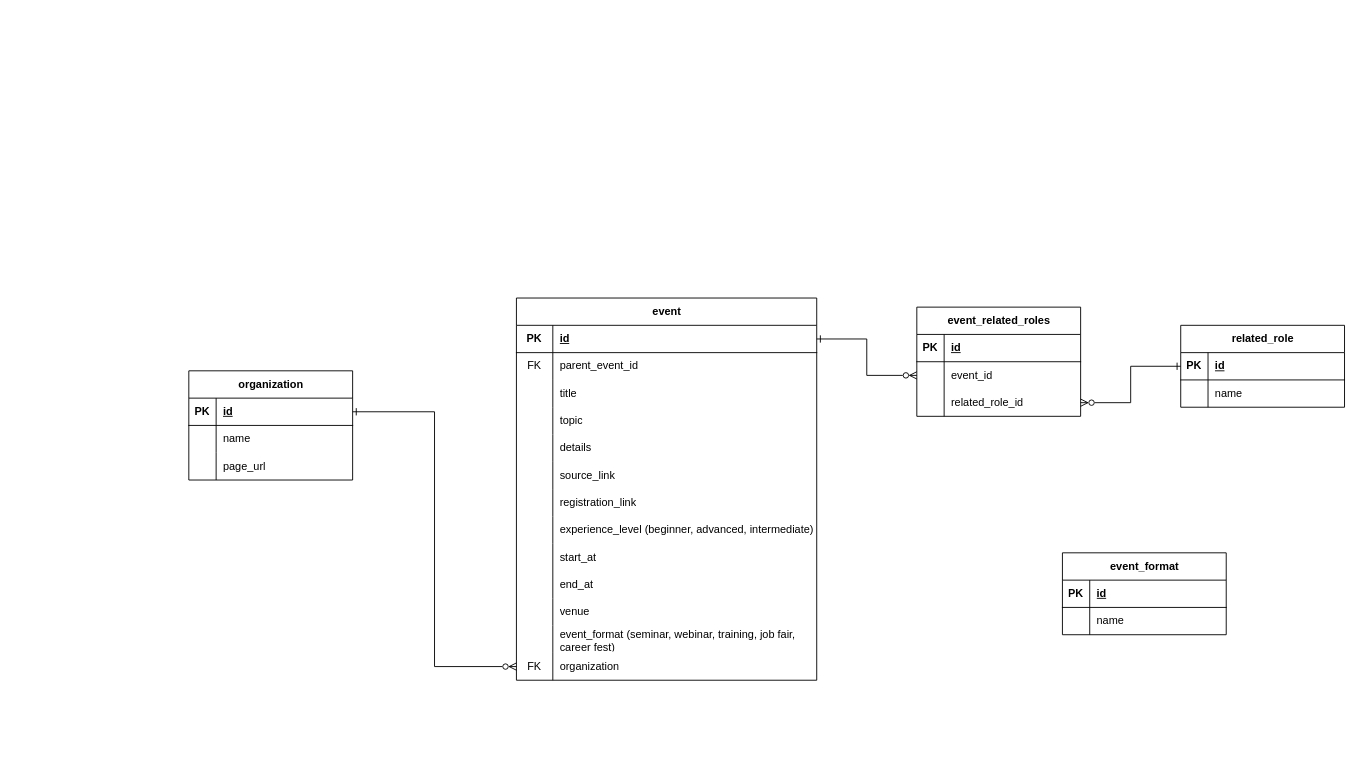
The draw.io diagram 2Gether.drawio in RHILIUS/drawio, before the edit. Source tidied: cells renumbered, new cells numbered last; positions are measured from the earlier drawing's top-left corner, leaving out a move shared by most shapes. Both pictures are drawn from the tidied source at 91%, with x=0, y=0 at pixel (188, 298).
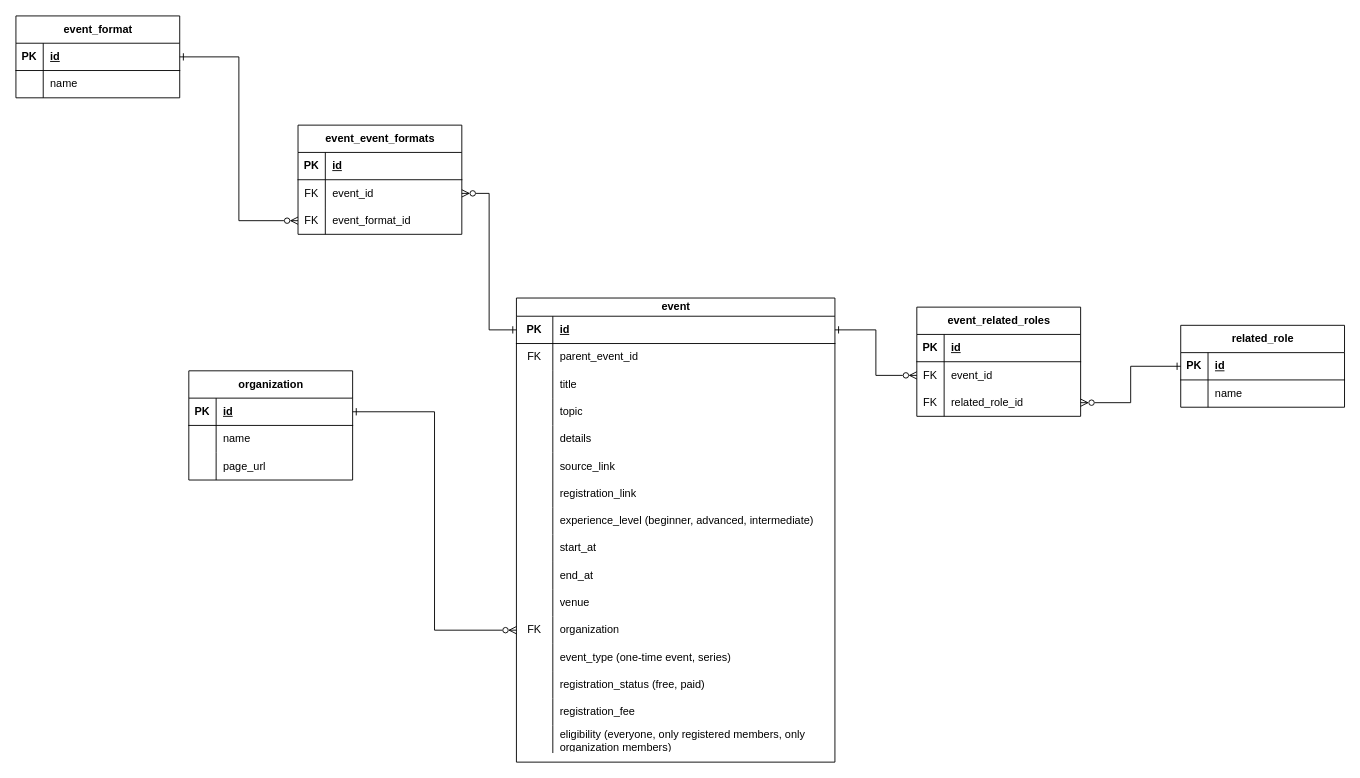
The same diagram, later.

Commit message:
Finalized 2gether ERD

The change refers to these unchanged cells:
```xml
<mxCell id="60" style="shape=tableRow;horizontal=0;startSize=0;swimlaneHead=0;swimlaneBody=0;fillColor=none;points=[[0,0.5],[1,0.5]];portConstraint=eastwest;top=0;left=0;right=0;bottom=1;" parent="59" vertex="1">
  <mxGeometry y="30" width="180" height="30" as="geometry" />
</mxCell>
<mxCell id="70" style="shape=tableRow;horizontal=0;startSize=0;swimlaneHead=0;swimlaneBody=0;fillColor=none;points=[[0,0.5],[1,0.5]];portConstraint=eastwest;top=0;left=0;right=0;bottom=0;" parent="66" vertex="1">
  <mxGeometry y="60" width="180" height="30" as="geometry" />
</mxCell>
<mxCell id="73" style="shape=tableRow;horizontal=0;startSize=0;swimlaneHead=0;swimlaneBody=0;fillColor=none;points=[[0,0.5],[1,0.5]];portConstraint=eastwest;top=0;left=0;right=0;bottom=0;" parent="66" vertex="1">
  <mxGeometry y="90" width="180" height="30" as="geometry" />
</mxCell>
```

Diff of the diagram source:
```diff
@@
-    <mxCell id="2" value="event" style="shape=table;startSize=30;childLayout=tableLayout;rowLines=0;fontStyle=1;align=center;html=1;" parent="1" vertex="1">
-      <mxGeometry x="360" width="330" height="420" as="geometry" />
+    <mxCell id="2" value="event" style="shape=table;startSize=20;childLayout=tableLayout;rowLines=0;fontStyle=1;align=center;html=1;" parent="1" vertex="1">
+      <mxGeometry x="360" width="350" height="510" as="geometry" />
     </mxCell>
     <mxCell id="3" style="shape=tableRow;horizontal=0;startSize=0;swimlaneHead=0;swimlaneBody=0;fillColor=none;points=[[0,0.5],[1,0.5]];portConstraint=eastwest;top=0;left=0;right=0;bottom=1;" parent="2" vertex="1">
-      <mxGeometry y="30" width="330" height="30" as="geometry" />
+      <mxGeometry y="20" width="350" height="30" as="geometry" />
     </mxCell>
@@
     <mxCell id="5" value="id" style="shape=partialRectangle;fillColor=none;top=0;left=0;bottom=0;right=0;align=left;spacingLeft=6;fontStyle=5;overflow=hidden;whiteSpace=wrap;html=1;" parent="3" vertex="1">
-      <mxGeometry x="40" width="290" height="30" as="geometry" />
+      <mxGeometry x="40" width="310" height="30" as="geometry" />
     </mxCell>
     <mxCell id="6" style="shape=tableRow;horizontal=0;startSize=0;swimlaneHead=0;swimlaneBody=0;fillColor=none;top=0;left=0;right=0;bottom=0;" parent="2" vertex="1">
-      <mxGeometry y="60" width="330" height="30" as="geometry" />
+      <mxGeometry y="50" width="350" height="30" as="geometry" />
     </mxCell>
@@
     <mxCell id="8" value="parent_event_id" style="shape=partialRectangle;fillColor=none;top=0;left=0;bottom=0;right=0;align=left;spacingLeft=6;overflow=hidden;whiteSpace=wrap;html=1;" parent="6" vertex="1">
-      <mxGeometry x="40" width="290" height="30" as="geometry" />
+      <mxGeometry x="40" width="310" height="30" as="geometry" />
     </mxCell>
     <mxCell id="9" style="shape=tableRow;horizontal=0;startSize=0;swimlaneHead=0;swimlaneBody=0;fillColor=none;top=0;left=0;right=0;bottom=0;" parent="2" vertex="1">
-      <mxGeometry y="90" width="330" height="30" as="geometry" />
+      <mxGeometry y="80" width="350" height="30" as="geometry" />
     </mxCell>
@@
     <mxCell id="11" value="title" style="shape=partialRectangle;fillColor=none;top=0;left=0;bottom=0;right=0;align=left;spacingLeft=6;overflow=hidden;whiteSpace=wrap;html=1;" parent="9" vertex="1">
-      <mxGeometry x="40" width="290" height="30" as="geometry" />
+      <mxGeometry x="40" width="310" height="30" as="geometry" />
     </mxCell>
     <mxCell id="12" style="shape=tableRow;horizontal=0;startSize=0;swimlaneHead=0;swimlaneBody=0;fillColor=none;top=0;left=0;right=0;bottom=0;" parent="2" vertex="1">
-      <mxGeometry y="120" width="330" height="30" as="geometry" />
+      <mxGeometry y="110" width="350" height="30" as="geometry" />
     </mxCell>
@@
     <mxCell id="14" value="topic" style="shape=partialRectangle;fillColor=none;top=0;left=0;bottom=0;right=0;align=left;spacingLeft=6;overflow=hidden;whiteSpace=wrap;html=1;" parent="12" vertex="1">
-      <mxGeometry x="40" width="290" height="30" as="geometry" />
+      <mxGeometry x="40" width="310" height="30" as="geometry" />
     </mxCell>
     <mxCell id="15" style="shape=tableRow;horizontal=0;startSize=0;swimlaneHead=0;swimlaneBody=0;fillColor=none;top=0;left=0;right=0;bottom=0;" parent="2" vertex="1">
-      <mxGeometry y="150" width="330" height="30" as="geometry" />
+      <mxGeometry y="140" width="350" height="30" as="geometry" />
     </mxCell>
@@
     <mxCell id="17" value="details" style="shape=partialRectangle;fillColor=none;top=0;left=0;bottom=0;right=0;align=left;spacingLeft=6;overflow=hidden;whiteSpace=wrap;html=1;" parent="15" vertex="1">
-      <mxGeometry x="40" width="290" height="30" as="geometry" />
+      <mxGeometry x="40" width="310" height="30" as="geometry" />
     </mxCell>
     <mxCell id="18" style="shape=tableRow;horizontal=0;startSize=0;swimlaneHead=0;swimlaneBody=0;fillColor=none;top=0;left=0;right=0;bottom=0;" parent="2" vertex="1">
-      <mxGeometry y="180" width="330" height="30" as="geometry" />
+      <mxGeometry y="170" width="350" height="30" as="geometry" />
     </mxCell>
@@
     <mxCell id="20" value="source_link" style="shape=partialRectangle;fillColor=none;top=0;left=0;bottom=0;right=0;align=left;spacingLeft=6;overflow=hidden;whiteSpace=wrap;html=1;" parent="18" vertex="1">
-      <mxGeometry x="40" width="290" height="30" as="geometry" />
+      <mxGeometry x="40" width="310" height="30" as="geometry" />
     </mxCell>
     <mxCell id="21" style="shape=tableRow;horizontal=0;startSize=0;swimlaneHead=0;swimlaneBody=0;fillColor=none;top=0;left=0;right=0;bottom=0;" parent="2" vertex="1">
-      <mxGeometry y="210" width="330" height="30" as="geometry" />
+      <mxGeometry y="200" width="350" height="30" as="geometry" />
     </mxCell>
@@
     <mxCell id="23" value="registration_link" style="shape=partialRectangle;fillColor=none;top=0;left=0;bottom=0;right=0;align=left;spacingLeft=6;overflow=hidden;whiteSpace=wrap;html=1;" parent="21" vertex="1">
-      <mxGeometry x="40" width="290" height="30" as="geometry" />
+      <mxGeometry x="40" width="310" height="30" as="geometry" />
     </mxCell>
     <mxCell id="24" style="shape=tableRow;horizontal=0;startSize=0;swimlaneHead=0;swimlaneBody=0;fillColor=none;top=0;left=0;right=0;bottom=0;" parent="2" vertex="1">
-      <mxGeometry y="240" width="330" height="30" as="geometry" />
+      <mxGeometry y="230" width="350" height="30" as="geometry" />
     </mxCell>
@@
     <mxCell id="26" value="experience_level (beginner, advanced, intermediate)" style="shape=partialRectangle;fillColor=none;top=0;left=0;bottom=0;right=0;align=left;spacingLeft=6;overflow=hidden;whiteSpace=wrap;html=1;" parent="24" vertex="1">
-      <mxGeometry x="40" width="290" height="30" as="geometry" />
+      <mxGeometry x="40" width="310" height="30" as="geometry" />
     </mxCell>
     <mxCell id="27" style="shape=tableRow;horizontal=0;startSize=0;swimlaneHead=0;swimlaneBody=0;fillColor=none;top=0;left=0;right=0;bottom=0;" parent="2" vertex="1">
-      <mxGeometry y="270" width="330" height="30" as="geometry" />
+      <mxGeometry y="260" width="350" height="30" as="geometry" />
     </mxCell>
@@
     <mxCell id="29" value="start_at" style="shape=partialRectangle;fillColor=none;top=0;left=0;bottom=0;right=0;align=left;spacingLeft=6;overflow=hidden;whiteSpace=wrap;html=1;" parent="27" vertex="1">
-      <mxGeometry x="40" width="290" height="30" as="geometry" />
+      <mxGeometry x="40" width="310" height="30" as="geometry" />
     </mxCell>
     <mxCell id="30" style="shape=tableRow;horizontal=0;startSize=0;swimlaneHead=0;swimlaneBody=0;fillColor=none;top=0;left=0;right=0;bottom=0;" parent="2" vertex="1">
-      <mxGeometry y="300" width="330" height="30" as="geometry" />
+      <mxGeometry y="290" width="350" height="30" as="geometry" />
     </mxCell>
@@
     <mxCell id="32" value="end_at" style="shape=partialRectangle;fillColor=none;top=0;left=0;bottom=0;right=0;align=left;spacingLeft=6;overflow=hidden;whiteSpace=wrap;html=1;" parent="30" vertex="1">
-      <mxGeometry x="40" width="290" height="30" as="geometry" />
+      <mxGeometry x="40" width="310" height="30" as="geometry" />
     </mxCell>
     <mxCell id="33" style="shape=tableRow;horizontal=0;startSize=0;swimlaneHead=0;swimlaneBody=0;fillColor=none;top=0;left=0;right=0;bottom=0;" parent="2" vertex="1">
-      <mxGeometry y="330" width="330" height="30" as="geometry" />
+      <mxGeometry y="320" width="350" height="30" as="geometry" />
     </mxCell>
@@
     <mxCell id="35" value="venue" style="shape=partialRectangle;fillColor=none;top=0;left=0;bottom=0;right=0;align=left;spacingLeft=6;overflow=hidden;whiteSpace=wrap;html=1;" parent="33" vertex="1">
-      <mxGeometry x="40" width="290" height="30" as="geometry" />
+      <mxGeometry x="40" width="310" height="30" as="geometry" />
     </mxCell>
-    <mxCell id="36" style="shape=tableRow;horizontal=0;startSize=0;swimlaneHead=0;swimlaneBody=0;fillColor=none;top=0;left=0;right=0;bottom=0;" parent="2" vertex="1">
-      <mxGeometry y="360" width="330" height="30" as="geometry" />
-    </mxCell>
-    <mxCell id="37" style="shape=partialRectangle;fillColor=none;top=0;left=0;bottom=0;right=0;overflow=hidden;whiteSpace=wrap;html=1;" parent="36" vertex="1">
-      <mxGeometry width="40" height="30" as="geometry" />
-    </mxCell>
-    <mxCell id="38" value="event_format (seminar, webinar, training, job fair, career fest)" style="shape=partialRectangle;fillColor=none;top=0;left=0;bottom=0;right=0;align=left;spacingLeft=6;overflow=hidden;whiteSpace=wrap;html=1;" parent="36" vertex="1">
-      <mxGeometry x="40" width="290" height="30" as="geometry" />
-    </mxCell>
     <mxCell id="39" style="shape=tableRow;horizontal=0;startSize=0;swimlaneHead=0;swimlaneBody=0;fillColor=none;points=[[0,0.5],[1,0.5]];portConstraint=eastwest;top=0;left=0;right=0;bottom=0;" parent="2" vertex="1">
-      <mxGeometry y="390" width="330" height="30" as="geometry" />
+      <mxGeometry y="350" width="350" height="30" as="geometry" />
     </mxCell>
@@
     <mxCell id="41" value="organization" style="shape=partialRectangle;fillColor=none;top=0;left=0;bottom=0;right=0;align=left;spacingLeft=6;overflow=hidden;whiteSpace=wrap;html=1;" parent="39" vertex="1">
-      <mxGeometry x="40" width="290" height="30" as="geometry" />
+      <mxGeometry x="40" width="310" height="30" as="geometry" />
     </mxCell>
+    <mxCell id="79" style="shape=tableRow;horizontal=0;startSize=0;swimlaneHead=0;swimlaneBody=0;fillColor=none;top=0;left=0;right=0;bottom=0;" parent="2" vertex="1">
+      <mxGeometry y="380" width="350" height="30" as="geometry" />
+    </mxCell>
+    <mxCell id="80" style="shape=partialRectangle;fillColor=none;top=0;left=0;bottom=0;right=0;overflow=hidden;whiteSpace=wrap;html=1;" parent="79" vertex="1">
+      <mxGeometry width="40" height="30" as="geometry" />
+    </mxCell>
+    <mxCell id="81" value="event_type (one-time event, series)" style="shape=partialRectangle;fillColor=none;top=0;left=0;bottom=0;right=0;align=left;spacingLeft=6;overflow=hidden;whiteSpace=wrap;html=1;" parent="79" vertex="1">
+      <mxGeometry x="40" width="310" height="30" as="geometry" />
+    </mxCell>
+    <mxCell id="82" style="shape=tableRow;horizontal=0;startSize=0;swimlaneHead=0;swimlaneBody=0;fillColor=none;top=0;left=0;right=0;bottom=0;" parent="2" vertex="1">
+      <mxGeometry y="410" width="350" height="30" as="geometry" />
+    </mxCell>
+    <mxCell id="83" style="shape=partialRectangle;fillColor=none;top=0;left=0;bottom=0;right=0;overflow=hidden;whiteSpace=wrap;html=1;" parent="82" vertex="1">
+      <mxGeometry width="40" height="30" as="geometry" />
+    </mxCell>
+    <mxCell id="84" value="registration_status (free, paid)" style="shape=partialRectangle;fillColor=none;top=0;left=0;bottom=0;right=0;align=left;spacingLeft=6;overflow=hidden;whiteSpace=wrap;html=1;" parent="82" vertex="1">
+      <mxGeometry x="40" width="310" height="30" as="geometry" />
+    </mxCell>
+    <mxCell id="85" style="shape=tableRow;horizontal=0;startSize=0;swimlaneHead=0;swimlaneBody=0;fillColor=none;top=0;left=0;right=0;bottom=0;" parent="2" vertex="1">
+      <mxGeometry y="440" width="350" height="30" as="geometry" />
+    </mxCell>
+    <mxCell id="86" style="shape=partialRectangle;fillColor=none;top=0;left=0;bottom=0;right=0;overflow=hidden;whiteSpace=wrap;html=1;" parent="85" vertex="1">
+      <mxGeometry width="40" height="30" as="geometry" />
+    </mxCell>
+    <mxCell id="87" value="registration_fee" style="shape=partialRectangle;fillColor=none;top=0;left=0;bottom=0;right=0;align=left;spacingLeft=6;overflow=hidden;whiteSpace=wrap;html=1;" parent="85" vertex="1">
+      <mxGeometry x="40" width="310" height="30" as="geometry" />
+    </mxCell>
+    <mxCell id="88" style="shape=tableRow;horizontal=0;startSize=0;swimlaneHead=0;swimlaneBody=0;fillColor=none;top=0;left=0;right=0;bottom=0;" parent="2" vertex="1">
+      <mxGeometry y="470" width="350" height="30" as="geometry" />
+    </mxCell>
+    <mxCell id="89" style="shape=partialRectangle;fillColor=none;top=0;left=0;bottom=0;right=0;overflow=hidden;whiteSpace=wrap;html=1;" parent="88" vertex="1">
+      <mxGeometry width="40" height="30" as="geometry" />
+    </mxCell>
+    <mxCell id="90" value="eligibility (everyone, only registered members, only organization members)" style="shape=partialRectangle;fillColor=none;top=0;left=0;bottom=0;right=0;align=left;spacingLeft=6;overflow=hidden;whiteSpace=wrap;html=1;" parent="88" vertex="1">
+      <mxGeometry x="40" width="310" height="30" as="geometry" />
+    </mxCell>
@@
     <mxCell id="59" value="event_format" style="shape=table;startSize=30;childLayout=tableLayout;rowLines=0;fontStyle=1;align=center;html=1;" parent="1" vertex="1">
-      <mxGeometry x="960" y="280" width="180" height="90" as="geometry" />
+      <mxGeometry x="-190" y="-310" width="180" height="90" as="geometry" />
     </mxCell>
@@
-    <mxCell id="71" style="shape=partialRectangle;fillColor=none;top=0;left=0;bottom=0;right=0;overflow=hidden;whiteSpace=wrap;html=1;" parent="70" vertex="1">
+    <mxCell id="71" value="FK" style="shape=partialRectangle;fillColor=none;top=0;left=0;bottom=0;right=0;overflow=hidden;whiteSpace=wrap;html=1;" parent="70" vertex="1">
       <mxGeometry width="30" height="30" as="geometry" />
     </mxCell>
@@
-    <mxCell id="74" style="shape=partialRectangle;fillColor=none;top=0;left=0;bottom=0;right=0;overflow=hidden;whiteSpace=wrap;html=1;" parent="73" vertex="1">
+    <mxCell id="74" value="FK" style="shape=partialRectangle;fillColor=none;top=0;left=0;bottom=0;right=0;overflow=hidden;whiteSpace=wrap;html=1;" parent="73" vertex="1">
       <mxGeometry width="30" height="30" as="geometry" />
     </mxCell>
@@
+    <mxCell id="91" value="event_event_formats" style="shape=table;startSize=30;childLayout=tableLayout;rowLines=0;fontStyle=1;align=center;html=1;" parent="1" vertex="1">
+      <mxGeometry x="120" y="-190" width="180" height="120" as="geometry" />
+    </mxCell>
+    <mxCell id="92" style="shape=tableRow;horizontal=0;startSize=0;swimlaneHead=0;swimlaneBody=0;fillColor=none;top=0;left=0;right=0;bottom=1;" parent="91" vertex="1">
+      <mxGeometry y="30" width="180" height="30" as="geometry" />
+    </mxCell>
+    <mxCell id="93" value="PK" style="shape=partialRectangle;fillColor=none;top=0;left=0;bottom=0;right=0;fontStyle=1;overflow=hidden;whiteSpace=wrap;html=1;" parent="92" vertex="1">
+      <mxGeometry width="30" height="30" as="geometry" />
+    </mxCell>
+    <mxCell id="94" value="id" style="shape=partialRectangle;fillColor=none;top=0;left=0;bottom=0;right=0;align=left;spacingLeft=6;fontStyle=5;overflow=hidden;whiteSpace=wrap;html=1;" parent="92" vertex="1">
+      <mxGeometry x="30" width="150" height="30" as="geometry" />
+    </mxCell>
+    <mxCell id="95" style="shape=tableRow;horizontal=0;startSize=0;swimlaneHead=0;swimlaneBody=0;fillColor=none;points=[[0,0.5],[1,0.5]];portConstraint=eastwest;top=0;left=0;right=0;bottom=0;" parent="91" vertex="1">
+      <mxGeometry y="60" width="180" height="30" as="geometry" />
+    </mxCell>
+    <mxCell id="96" value="FK" style="shape=partialRectangle;fillColor=none;top=0;left=0;bottom=0;right=0;overflow=hidden;whiteSpace=wrap;html=1;" parent="95" vertex="1">
+      <mxGeometry width="30" height="30" as="geometry" />
+    </mxCell>
+    <mxCell id="97" value="event_id" style="shape=partialRectangle;fillColor=none;top=0;left=0;bottom=0;right=0;align=left;spacingLeft=6;overflow=hidden;whiteSpace=wrap;html=1;" parent="95" vertex="1">
+      <mxGeometry x="30" width="150" height="30" as="geometry" />
+    </mxCell>
+    <mxCell id="98" style="shape=tableRow;horizontal=0;startSize=0;swimlaneHead=0;swimlaneBody=0;fillColor=none;points=[[0,0.5],[1,0.5]];portConstraint=eastwest;top=0;left=0;right=0;bottom=0;" parent="91" vertex="1">
+      <mxGeometry y="90" width="180" height="30" as="geometry" />
+    </mxCell>
+    <mxCell id="99" value="FK" style="shape=partialRectangle;fillColor=none;top=0;left=0;bottom=0;right=0;overflow=hidden;whiteSpace=wrap;html=1;" parent="98" vertex="1">
+      <mxGeometry width="30" height="30" as="geometry" />
+    </mxCell>
+    <mxCell id="100" value="event_format_id" style="shape=partialRectangle;fillColor=none;top=0;left=0;bottom=0;right=0;align=left;spacingLeft=6;overflow=hidden;whiteSpace=wrap;html=1;" parent="98" vertex="1">
+      <mxGeometry x="30" width="150" height="30" as="geometry" />
+    </mxCell>
+    <mxCell id="101" style="edgeStyle=orthogonalEdgeStyle;rounded=0;jettySize=auto;html=1;entryX=1;entryY=0.5;entryDx=0;entryDy=0;startArrow=ERone;startFill=0;endArrow=ERzeroToMany;endFill=0;" parent="1" edge="1" source="3" target="95">
+      <mxGeometry relative="1" as="geometry" />
+    </mxCell>
+    <mxCell id="102" style="edgeStyle=orthogonalEdgeStyle;rounded=0;jettySize=auto;html=1;entryX=0;entryY=0.5;entryDx=0;entryDy=0;startArrow=ERone;startFill=0;endArrow=ERzeroToMany;endFill=0;" parent="1" edge="1" source="60" target="98">
+      <mxGeometry relative="1" as="geometry" />
+    </mxCell>
```
